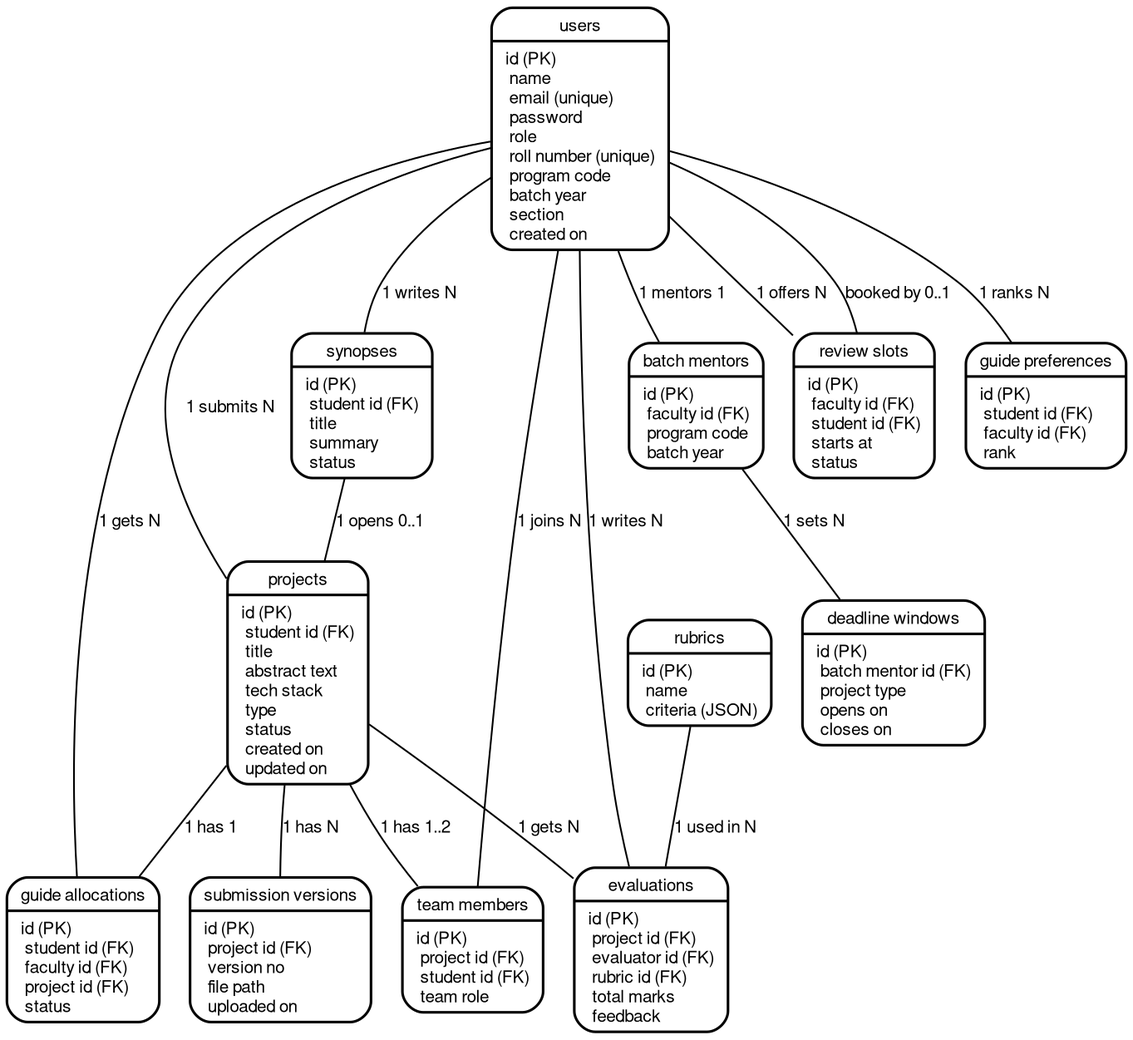
Above: docs/diagrams/15-er.png in akshita777/iips-ug-pg-project-repository-system (Graphviz), before the change. Its source is kept beside it as docs/diagrams/15-er.dot.
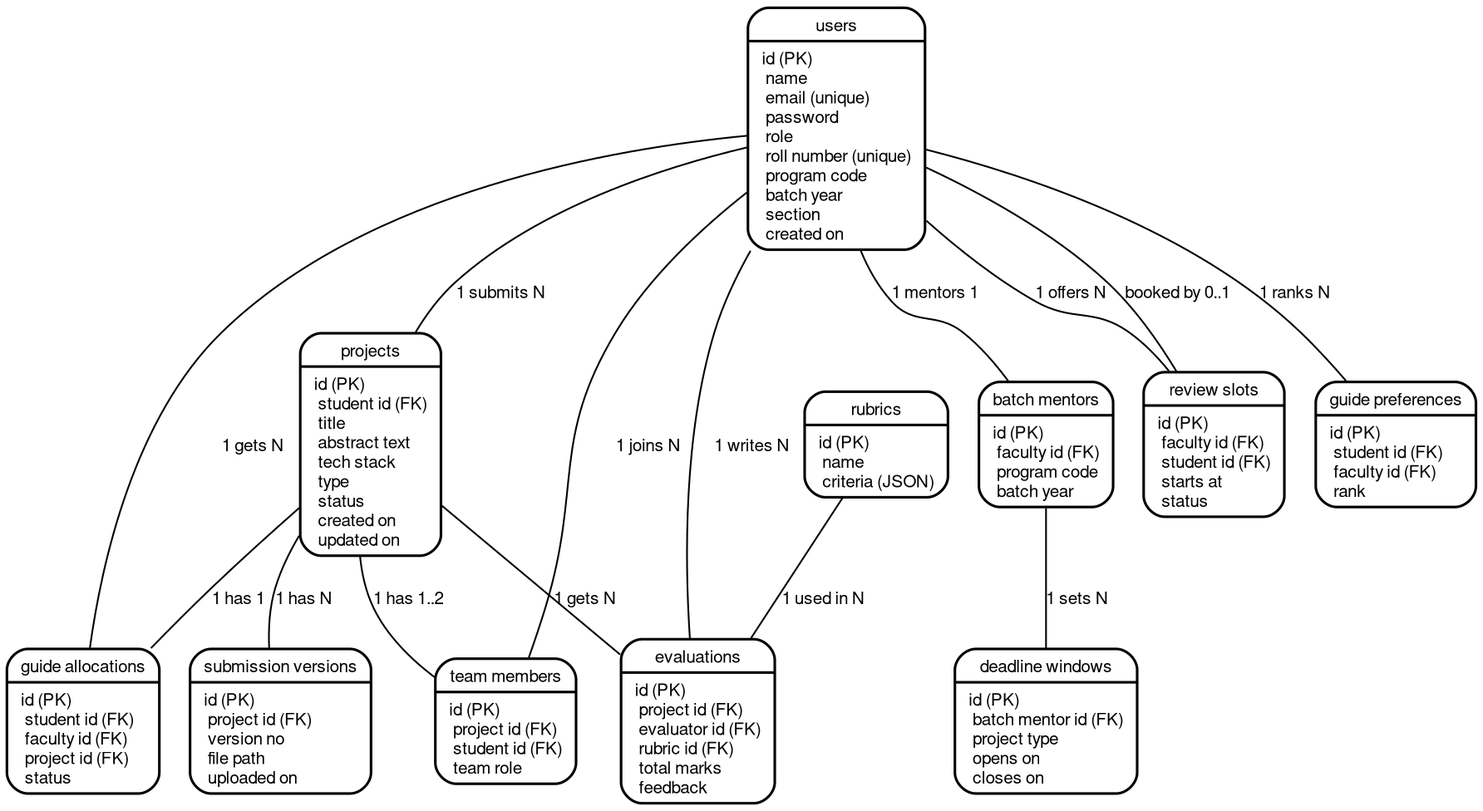
After the change.

Change to the diagram source:
```diff
@@ -14,7 +14,6 @@
   evals [label="{evaluations|id (PK)\l project id (FK)\l evaluator id (FK)\l rubric id (FK)\l total marks\l feedback\l}"];
   rubrics [label="{rubrics|id (PK)\l name\l criteria (JSON)\l}"];
   batch [label="{batch mentors|id (PK)\l faculty id (FK)\l program code\l batch year\l}"];
-  synopsis [label="{synopses|id (PK)\l student id (FK)\l title\l summary\l status\l}"];
   windows [label="{deadline windows|id (PK)\l batch mentor id (FK)\l project type\l opens on\l closes on\l}"];
   slots [label="{review slots|id (PK)\l faculty id (FK)\l student id (FK)\l starts at\l status\l}"];
   prefs [label="{guide preferences|id (PK)\l student id (FK)\l faculty id (FK)\l rank\l}"];
@@ -28,8 +27,6 @@
   rubrics -> evals [label="1 used in N"];
   users -> evals [label="1 writes N"];
   users -> batch [label="1 mentors 1"];
-  users -> synopsis [label="1 writes N"];
-  synopsis -> projects [label="1 opens 0..1"];
   batch -> windows [label="1 sets N"];
   users -> slots [label="1 offers N"];
   slots -> users [label="booked by 0..1"];
```
